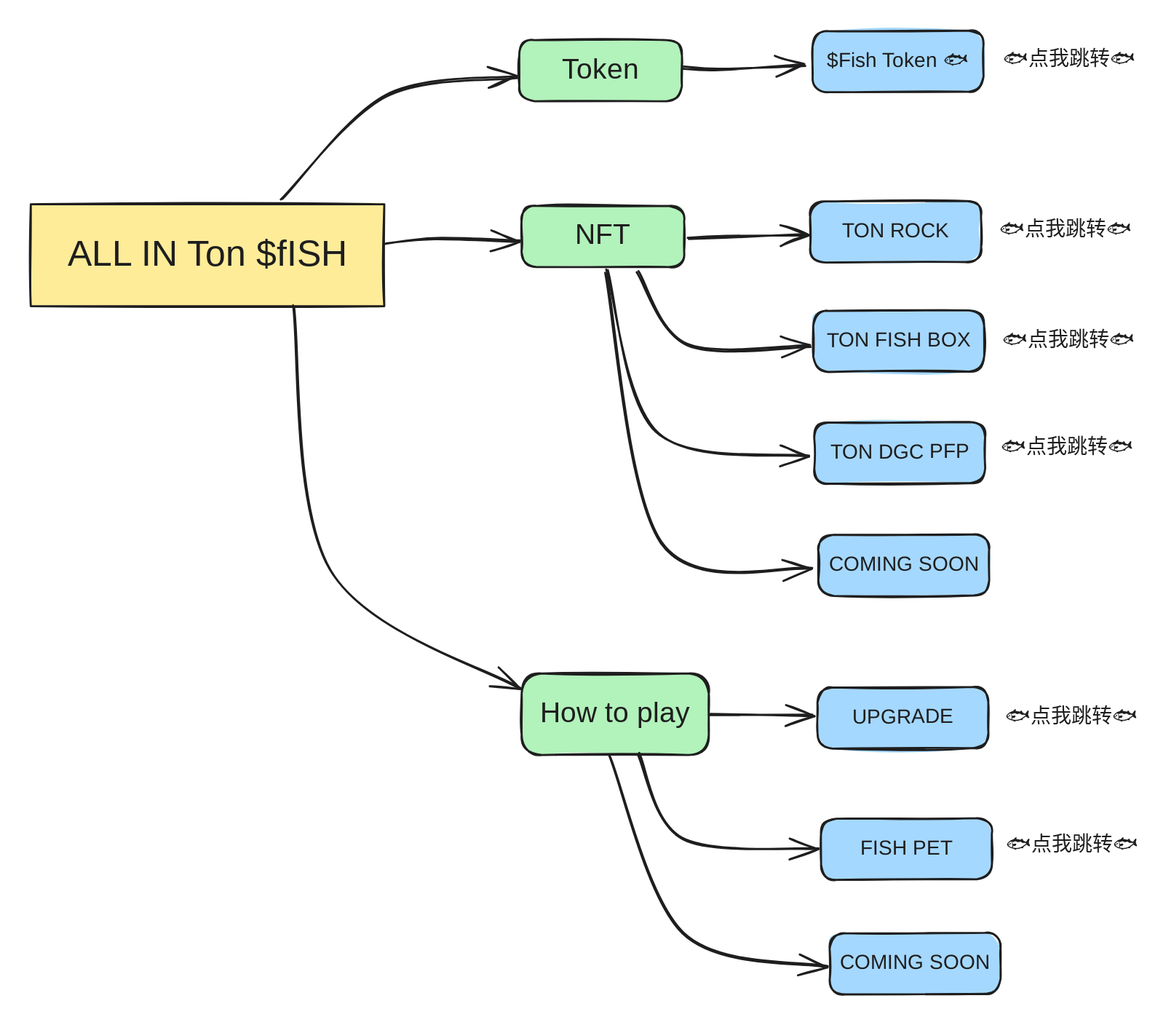
Earlier version of the Excalidraw export .gitbook/assets/file.excalidraw (1).svg (buyan001/FISH-CN). Source tidied: one line per element, renumbered; positions are measured from the earlier drawing's top-left corner, leaving out a move shared by most shapes.
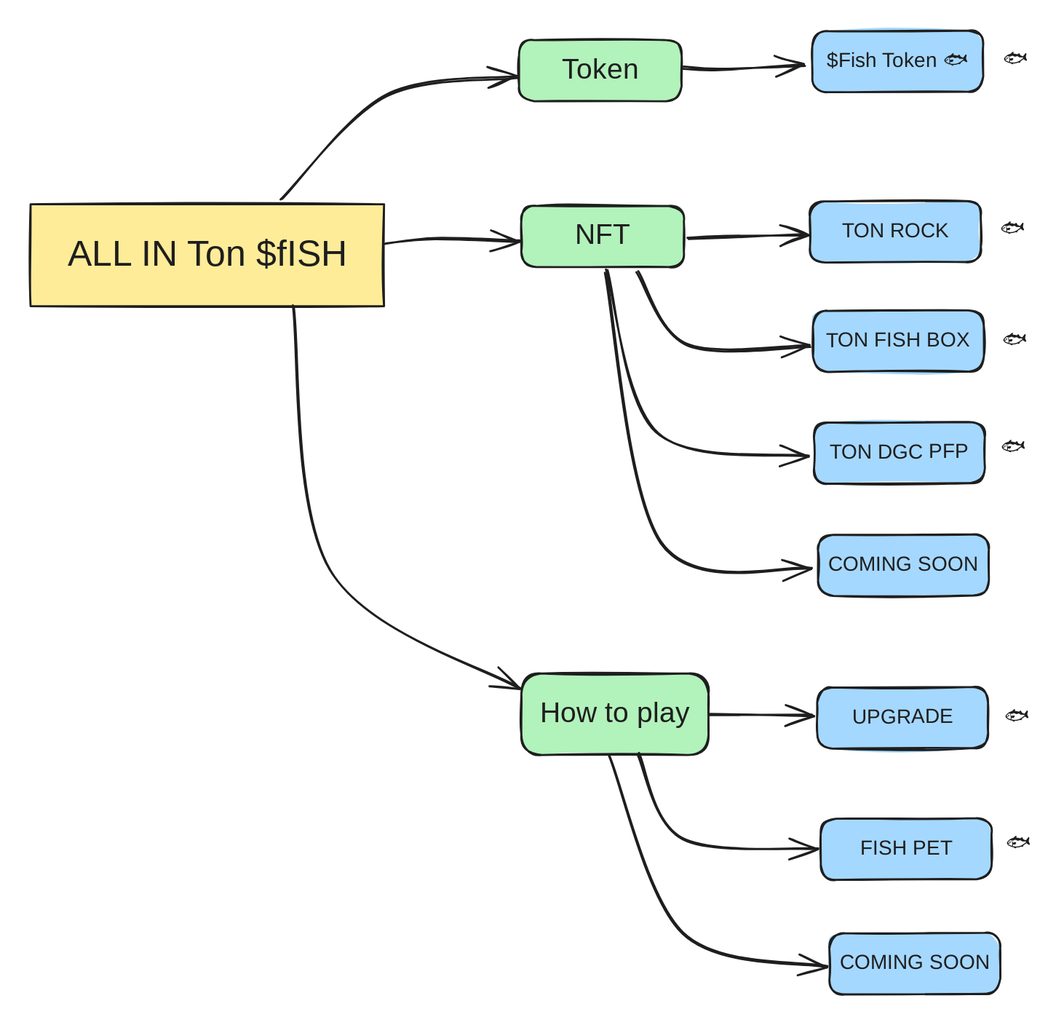
After the commit.

Commit message:
GITBOOK-40: No subject

Change to the diagram source:
```diff
@@ -33,9 +33,9 @@
 {"id": 32, "type": "arrow", "strokeColor": "#1e1e1e", "strokeWidth": 2, "roughness": 1, "endArrowhead": "arrow", "round": true, "from": 2, "to": 33, "x": 568, "y": 712, "width": 214, "height": 206, "points": [[0, 0], [73, 174], [214, 206]]}
 {"id": 33, "type": "rectangle", "strokeColor": "#1e1e1e", "angle": 6.28, "backgroundColor": "#a5d8ff", "fillStyle": "solid", "strokeWidth": 2, "roughness": 1, "round": true, "x": 784, "y": 885, "width": 168, "height": 60}
 {"id": 34, "type": "text", "text": "COMING SOON", "strokeColor": "#1e1e1e", "angle": 6.28, "strokeWidth": 2, "roughness": 1, "fontSize": 20, "fontFamily": 1, "textAlign": "center", "verticalAlign": "middle", "inside": 33, "x": 795, "y": 903, "width": 146, "height": 25}
-{"id": 35, "type": "text", "text": "🐟点我跳转🐟", "strokeColor": "#1e1e1e", "strokeWidth": 2, "roughness": 1, "fontSize": 20, "fontFamily": 3, "x": 951, "y": 183, "width": 135, "height": 24}
+{"id": 35, "type": "text", "text": "🐟", "strokeColor": "#1e1e1e", "strokeWidth": 2, "roughness": 1, "fontSize": 20, "fontFamily": 3, "x": 951, "y": 182, "width": 27, "height": 24}
-{"id": 36, "type": "text", "text": "🐟点我跳转🐟", "strokeColor": "#1e1e1e", "strokeWidth": 2, "roughness": 1, "fontSize": 20, "fontFamily": 3, "x": 957, "y": 787, "width": 135, "height": 24}
+{"id": 36, "type": "text", "text": "🐟", "strokeColor": "#1e1e1e", "strokeWidth": 2, "roughness": 1, "fontSize": 20, "fontFamily": 3, "x": 957, "y": 786, "width": 27, "height": 24}
-{"id": 37, "type": "text", "text": "🐟点我跳转🐟", "strokeColor": "#1e1e1e", "strokeWidth": 2, "roughness": 1, "fontSize": 20, "fontFamily": 3, "x": 952, "y": 397, "width": 135, "height": 24}
+{"id": 37, "type": "text", "text": "🐟", "strokeColor": "#1e1e1e", "strokeWidth": 2, "roughness": 1, "fontSize": 20, "fontFamily": 3, "x": 952, "y": 397, "width": 27, "height": 24}
-{"id": 38, "type": "text", "text": "🐟点我跳转🐟", "strokeColor": "#1e1e1e", "strokeWidth": 2, "roughness": 1, "fontSize": 20, "fontFamily": 3, "x": 954, "y": 292, "width": 135, "height": 24}
+{"id": 38, "type": "text", "text": "🐟", "strokeColor": "#1e1e1e", "strokeWidth": 2, "roughness": 1, "fontSize": 20, "fontFamily": 3, "x": 954, "y": 292, "width": 27, "height": 24}
-{"id": 39, "type": "text", "text": "🐟点我跳转🐟", "strokeColor": "#1e1e1e", "strokeWidth": 2, "roughness": 1, "fontSize": 20, "fontFamily": 3, "x": 956, "y": 662, "width": 135, "height": 24}
+{"id": 39, "type": "text", "text": "🐟", "strokeColor": "#1e1e1e", "strokeWidth": 2, "roughness": 1, "fontSize": 20, "fontFamily": 3, "x": 956, "y": 662, "width": 27, "height": 24}
-{"id": 40, "type": "text", "text": "🐟点我跳转🐟", "strokeColor": "#1e1e1e", "strokeWidth": 2, "roughness": 1, "fontSize": 20, "fontFamily": 3, "x": 954, "y": 16, "width": 135, "height": 24}
+{"id": 40, "type": "text", "text": "🐟", "strokeColor": "#1e1e1e", "strokeWidth": 2, "roughness": 1, "fontSize": 20, "fontFamily": 3, "x": 954, "y": 16, "width": 27, "height": 24}
```
